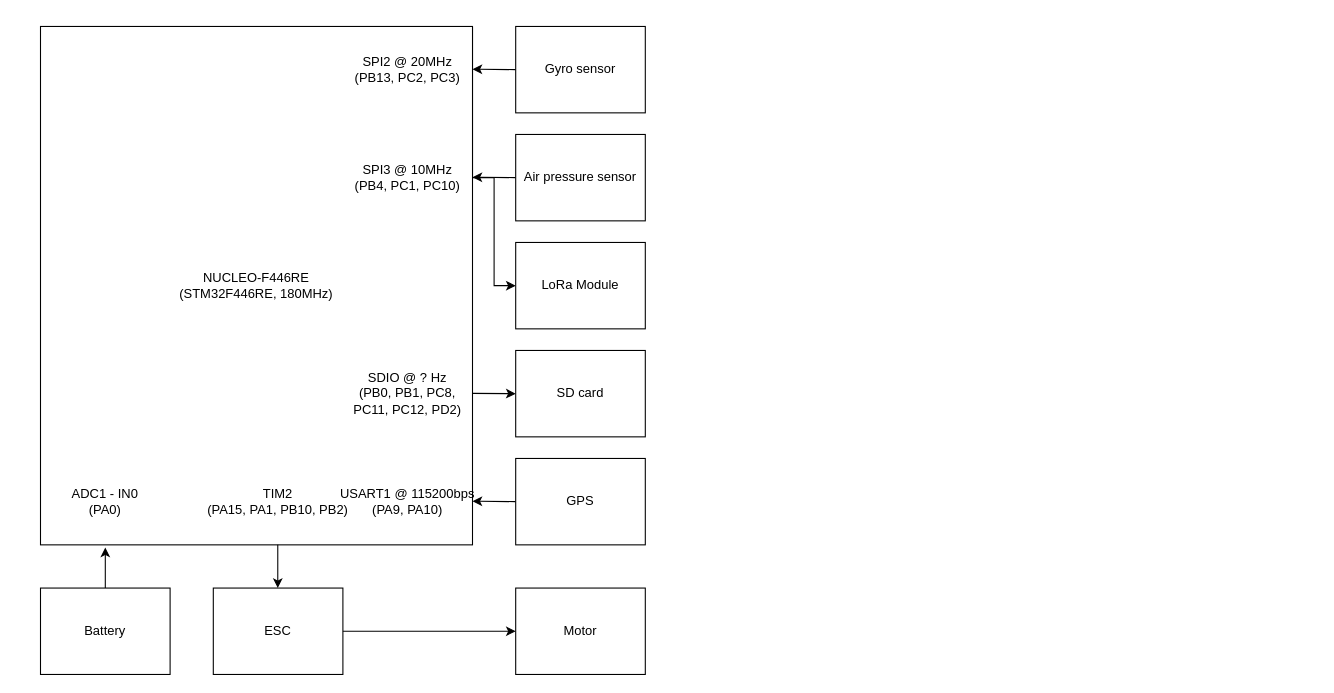
Before: page "Main" (1 of 2) of diagram/connectionDiagram.drawio in OProcessing/giantHornet, a draw.io diagram. Source tidied: cells renumbered, new cells numbered last; positions are measured from the earlier drawing's top-left corner, leaving out a move shared by most shapes. Both pictures are drawn from the tidied source at 108%, with x=0, y=0 at pixel (18, 26).
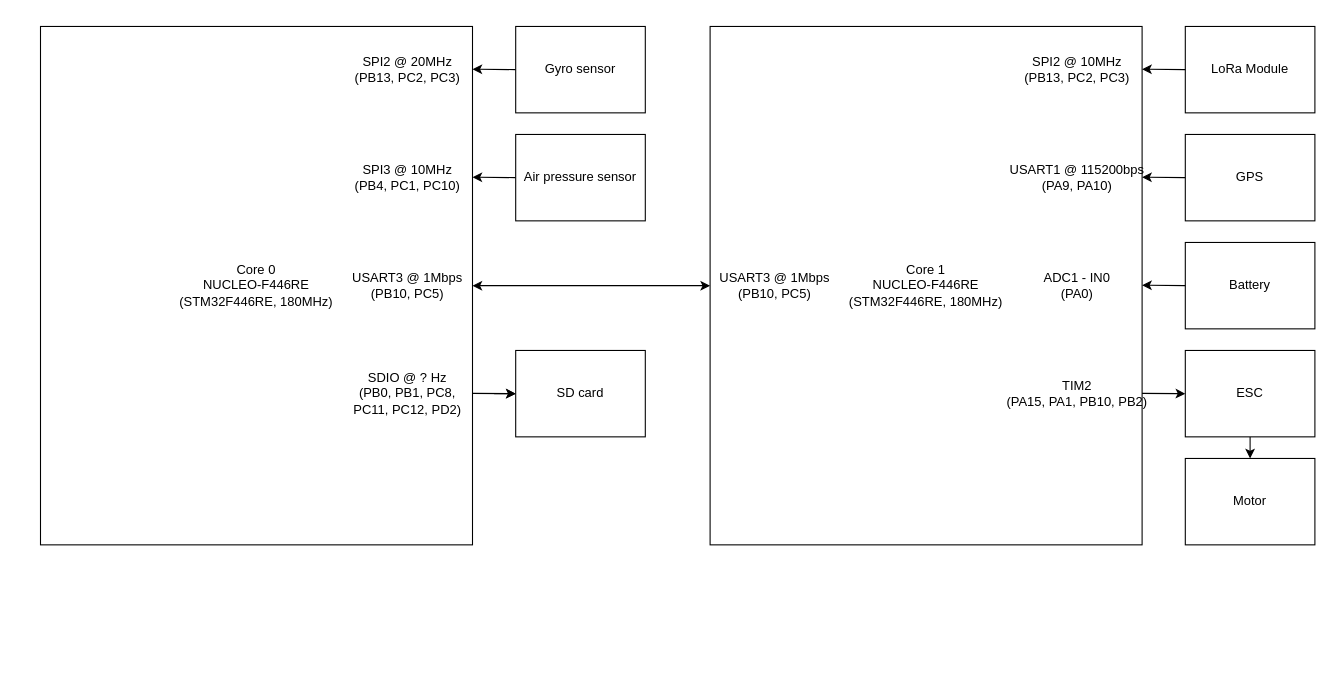
The same diagram, later.

Change to the diagram source:
```diff
@@
-    <mxCell id="2" style="edgeStyle=orthogonalEdgeStyle;rounded=0;jettySize=auto;html=1;exitX=1;exitY=0;exitDx=0;exitDy=0;entryX=0;entryY=0.5;entryDx=0;entryDy=0;" parent="1" edge="1" source="3" target="24">
-      <mxGeometry relative="1" as="geometry">
-        <Array as="points">
-          <mxPoint x="420" y="140" />
-          <mxPoint x="440" y="140" />
-          <mxPoint x="440" y="240" />
-        </Array>
-      </mxGeometry>
-    </mxCell>
-    <mxCell id="3" value="NUCLEO-F446RE&lt;br&gt;(STM32F446RE, 180MHz)" style="rounded=0;whiteSpace=wrap;html=1;" parent="1" vertex="1">
+    <mxCell id="3" value="&lt;div&gt;Core 0&lt;/div&gt;NUCLEO-F446RE&lt;br&gt;(STM32F446RE, 180MHz)" style="rounded=0;whiteSpace=wrap;html=1;" parent="1" vertex="1">
       <mxGeometry x="20" width="400" height="480" as="geometry" />
     </mxCell>
@@
+    <mxCell id="25" style="edgeStyle=none;html=1;" parent="1" edge="1" source="8" target="23">
+      <mxGeometry relative="1" as="geometry" />
+    </mxCell>
+    <mxCell id="8" value="SDIO @ ? Hz&lt;br&gt;(PB0, PB1,&amp;nbsp;PC8,&lt;br&gt;PC11,&amp;nbsp;PC12,&amp;nbsp;PD2)" style="text;html=1;strokeColor=none;fillColor=none;align=center;verticalAlign=middle;whiteSpace=wrap;rounded=0;" parent="1" vertex="1">
+      <mxGeometry x="280" y="320" width="160" height="40" as="geometry" />
+    </mxCell>
+    <mxCell id="10" value="SPI3 @ 10MHz&lt;br&gt;(PB4, PC1, PC10)" style="text;html=1;strokeColor=none;fillColor=none;align=center;verticalAlign=middle;whiteSpace=wrap;rounded=0;" parent="1" vertex="1">
+      <mxGeometry x="280" y="120" width="160" height="40" as="geometry" />
+    </mxCell>
+    <mxCell id="14" style="endArrow=classic;html=1;rounded=0;exitX=0;exitY=0.5;exitDx=0;exitDy=0;" parent="1" edge="1" source="20">
+      <mxGeometry relative="1" as="geometry">
+        <mxPoint x="420" y="39.6" as="targetPoint" />
+      </mxGeometry>
+    </mxCell>
+    <mxCell id="15" style="endArrow=classic;html=1;rounded=0;entryX=0;entryY=0.5;entryDx=0;entryDy=0;" parent="1" edge="1" target="23">
+      <mxGeometry relative="1" as="geometry">
+        <mxPoint x="420" y="339.7" as="sourcePoint" />
+      </mxGeometry>
+    </mxCell>
+    <mxCell id="19" style="endArrow=classic;html=1;rounded=0;exitX=0;exitY=0.5;exitDx=0;exitDy=0;" parent="1" edge="1" source="22">
+      <mxGeometry relative="1" as="geometry">
+        <mxPoint x="420" y="139.6" as="targetPoint" />
+      </mxGeometry>
+    </mxCell>
+    <mxCell id="20" value="Gyro sensor" style="rounded=0;whiteSpace=wrap;html=1;" parent="1" vertex="1">
+      <mxGeometry x="460" width="120" height="80" as="geometry" />
+    </mxCell>
+    <mxCell id="22" value="Air pressure sensor" style="rounded=0;whiteSpace=wrap;html=1;" parent="1" vertex="1">
+      <mxGeometry x="460" y="100" width="120" height="80" as="geometry" />
+    </mxCell>
+    <mxCell id="23" value="SD card" style="rounded=0;whiteSpace=wrap;html=1;" parent="1" vertex="1">
+      <mxGeometry x="460" y="300" width="120" height="80" as="geometry" />
+    </mxCell>
+    <mxCell id="26" value="&lt;div&gt;Core 1&lt;/div&gt;NUCLEO-F446RE&lt;br&gt;(STM32F446RE, 180MHz)" style="rounded=0;whiteSpace=wrap;html=1;" parent="1" vertex="1">
+      <mxGeometry x="640" width="400" height="480" as="geometry" />
+    </mxCell>
     <mxCell id="5" value="Motor" style="rounded=0;whiteSpace=wrap;html=1;" parent="1" vertex="1">
-      <mxGeometry x="460" y="520" width="120" height="80" as="geometry" />
+      <mxGeometry x="1080" y="400" width="120" height="80" as="geometry" />
     </mxCell>
+    <mxCell id="16" style="edgeStyle=none;html=1;" parent="1" edge="1" source="6" target="5">
+      <mxGeometry relative="1" as="geometry" />
+    </mxCell>
     <mxCell id="6" value="ESC" style="rounded=0;whiteSpace=wrap;html=1;" parent="1" vertex="1">
-      <mxGeometry x="180" y="520" width="120" height="80" as="geometry" />
+      <mxGeometry x="1080" y="300" width="120" height="80" as="geometry" />
     </mxCell>
     <mxCell id="7" value="Battery" style="rounded=0;whiteSpace=wrap;html=1;" parent="1" vertex="1">
-      <mxGeometry x="20" y="520" width="120" height="80" as="geometry" />
+      <mxGeometry x="1080" y="200" width="120" height="80" as="geometry" />
     </mxCell>
-    <mxCell id="8" value="SDIO @ ? Hz&lt;br&gt;(PB0, PB1,&amp;nbsp;PC8,&lt;br&gt;PC11,&amp;nbsp;PC12,&amp;nbsp;PD2)" style="text;html=1;strokeColor=none;fillColor=none;align=center;verticalAlign=middle;whiteSpace=wrap;rounded=0;" parent="1" vertex="1">
-      <mxGeometry x="280" y="320" width="160" height="40" as="geometry" />
-    </mxCell>
     <mxCell id="9" value="USART1 @ 115200bps&lt;br&gt;(PA9, PA10)" style="text;html=1;strokeColor=none;fillColor=none;align=center;verticalAlign=middle;whiteSpace=wrap;rounded=0;" parent="1" vertex="1">
-      <mxGeometry x="280" y="420" width="160" height="40" as="geometry" />
+      <mxGeometry x="900" y="120" width="160" height="40" as="geometry" />
     </mxCell>
-    <mxCell id="10" value="SPI3 @ 10MHz&lt;br&gt;(PB4, PC1, PC10)" style="text;html=1;strokeColor=none;fillColor=none;align=center;verticalAlign=middle;whiteSpace=wrap;rounded=0;" parent="1" vertex="1">
-      <mxGeometry x="280" y="120" width="160" height="40" as="geometry" />
-    </mxCell>
     <mxCell id="11" value="TIM2&lt;br&gt;(PA15, PA1,&amp;nbsp;PB10, PB2)" style="text;html=1;strokeColor=none;fillColor=none;align=center;verticalAlign=middle;whiteSpace=wrap;rounded=0;" parent="1" vertex="1">
-      <mxGeometry x="160" y="420" width="160" height="40" as="geometry" />
+      <mxGeometry x="900" y="320" width="160" height="40" as="geometry" />
     </mxCell>
     <mxCell id="12" value="ADC1 - IN0&lt;br&gt;(PA0)" style="text;html=1;strokeColor=none;fillColor=none;align=center;verticalAlign=middle;whiteSpace=wrap;rounded=0;" parent="1" vertex="1">
-      <mxGeometry y="420" width="160" height="40" as="geometry" />
+      <mxGeometry x="900" y="220" width="160" height="40" as="geometry" />
     </mxCell>
-    <mxCell id="13" style="endArrow=classic;html=1;rounded=0;entryX=0.5;entryY=0;entryDx=0;entryDy=0;" parent="1" edge="1">
-      <mxGeometry relative="1" as="geometry">
-        <mxPoint x="239.7" y="480" as="sourcePoint" />
-        <mxPoint x="239.7" y="520" as="targetPoint" />
-      </mxGeometry>
-    </mxCell>
-    <mxCell id="14" style="endArrow=classic;html=1;rounded=0;exitX=0;exitY=0.5;exitDx=0;exitDy=0;" parent="1" edge="1" source="20">
-      <mxGeometry relative="1" as="geometry">
-        <mxPoint x="420" y="39.6" as="targetPoint" />
-      </mxGeometry>
-    </mxCell>
-    <mxCell id="15" style="endArrow=classic;html=1;rounded=0;entryX=0;entryY=0.5;entryDx=0;entryDy=0;" parent="1" edge="1" target="23">
-      <mxGeometry relative="1" as="geometry">
-        <mxPoint x="420" y="339.7" as="sourcePoint" />
-      </mxGeometry>
-    </mxCell>
-    <mxCell id="16" style="endArrow=classic;html=1;rounded=0;entryX=0;entryY=0.5;entryDx=0;entryDy=0;" parent="1" edge="1" source="6" target="5">
-      <mxGeometry relative="1" as="geometry" />
-    </mxCell>
-    <mxCell id="17" style="endArrow=classic;html=1;rounded=0;entryX=0.15;entryY=1.005;entryDx=0;entryDy=0;entryPerimeter=0;exitX=0.5;exitY=0;exitDx=0;exitDy=0;" parent="1" edge="1" source="7" target="3">
-      <mxGeometry relative="1" as="geometry" />
-    </mxCell>
-    <mxCell id="18" style="endArrow=classic;html=1;rounded=0;exitX=0;exitY=0.5;exitDx=0;exitDy=0;" parent="1" edge="1" source="21">
-      <mxGeometry relative="1" as="geometry">
-        <mxPoint x="420" y="439.6" as="targetPoint" />
-      </mxGeometry>
-    </mxCell>
-    <mxCell id="19" style="endArrow=classic;html=1;rounded=0;exitX=0;exitY=0.5;exitDx=0;exitDy=0;" parent="1" edge="1" source="22">
-      <mxGeometry relative="1" as="geometry">
-        <mxPoint x="420" y="139.6" as="targetPoint" />
-      </mxGeometry>
-    </mxCell>
-    <mxCell id="20" value="Gyro sensor" style="rounded=0;whiteSpace=wrap;html=1;" parent="1" vertex="1">
-      <mxGeometry x="460" width="120" height="80" as="geometry" />
-    </mxCell>
+    <mxCell id="27" style="endArrow=classic;html=1;rounded=0;exitX=0;exitY=0.5;exitDx=0;exitDy=0;" parent="1" edge="1" source="21">
+      <mxGeometry relative="1" as="geometry">
+        <mxPoint x="1040" y="139.6" as="targetPoint" />
+      </mxGeometry>
+    </mxCell>
     <mxCell id="21" value="GPS" style="rounded=0;whiteSpace=wrap;html=1;" parent="1" vertex="1">
-      <mxGeometry x="460" y="400" width="120" height="80" as="geometry" />
+      <mxGeometry x="1080" y="100" width="120" height="80" as="geometry" />
     </mxCell>
-    <mxCell id="22" value="Air pressure sensor" style="rounded=0;whiteSpace=wrap;html=1;" parent="1" vertex="1">
-      <mxGeometry x="460" y="100" width="120" height="80" as="geometry" />
-    </mxCell>
-    <mxCell id="23" value="SD card" style="rounded=0;whiteSpace=wrap;html=1;" parent="1" vertex="1">
-      <mxGeometry x="460" y="300" width="120" height="80" as="geometry" />
-    </mxCell>
     <mxCell id="24" value="LoRa Module" style="rounded=0;whiteSpace=wrap;html=1;" parent="1" vertex="1">
-      <mxGeometry x="460" y="200" width="120" height="80" as="geometry" />
+      <mxGeometry x="1080" width="120" height="80" as="geometry" />
     </mxCell>
+    <mxCell id="28" value="SPI2 @ 10MHz&lt;br&gt;(PB13, PC2, PC3)" style="text;html=1;strokeColor=none;fillColor=none;align=center;verticalAlign=middle;whiteSpace=wrap;rounded=0;" parent="1" vertex="1">
+      <mxGeometry x="900" y="20" width="160" height="40" as="geometry" />
+    </mxCell>
+    <mxCell id="29" style="endArrow=classic;html=1;rounded=0;exitX=0;exitY=0.5;exitDx=0;exitDy=0;" parent="1" edge="1">
+      <mxGeometry relative="1" as="geometry">
+        <mxPoint x="1080" y="40" as="sourcePoint" />
+        <mxPoint x="1040" y="39.6" as="targetPoint" />
+      </mxGeometry>
+    </mxCell>
+    <mxCell id="30" style="endArrow=classic;html=1;rounded=0;entryX=0;entryY=0.5;entryDx=0;entryDy=0;" parent="1" edge="1">
+      <mxGeometry relative="1" as="geometry">
+        <mxPoint x="1040" y="339.7" as="sourcePoint" />
+        <mxPoint x="1080" y="340" as="targetPoint" />
+      </mxGeometry>
+    </mxCell>
+    <mxCell id="31" style="endArrow=classic;html=1;rounded=0;exitX=0;exitY=0.5;exitDx=0;exitDy=0;" parent="1" edge="1">
+      <mxGeometry relative="1" as="geometry">
+        <mxPoint x="1080" y="240" as="sourcePoint" />
+        <mxPoint x="1040" y="239.6" as="targetPoint" />
+      </mxGeometry>
+    </mxCell>
+    <mxCell id="32" style="endArrow=classic;startArrow=classic;html=1;entryX=0;entryY=0.5;entryDx=0;entryDy=0;exitX=1;exitY=0.5;exitDx=0;exitDy=0;" parent="1" edge="1" source="3" target="26">
+      <mxGeometry relative="1" as="geometry" />
+    </mxCell>
+    <mxCell id="33" value="USART3 @ 1Mbps&lt;br&gt;(PB10, PC5&lt;span style=&quot;background-color: transparent;&quot;&gt;)&lt;/span&gt;" style="text;html=1;strokeColor=none;fillColor=none;align=center;verticalAlign=middle;whiteSpace=wrap;rounded=0;" parent="1" vertex="1">
+      <mxGeometry x="280" y="220" width="160" height="40" as="geometry" />
+    </mxCell>
+    <mxCell id="34" value="USART3 @ 1Mbps&lt;br&gt;(PB10, PC5&lt;span style=&quot;background-color: transparent;&quot;&gt;)&lt;/span&gt;" style="text;html=1;strokeColor=none;fillColor=none;align=center;verticalAlign=middle;whiteSpace=wrap;rounded=0;" parent="1" vertex="1">
+      <mxGeometry x="620" y="220" width="160" height="40" as="geometry" />
+    </mxCell>
```
